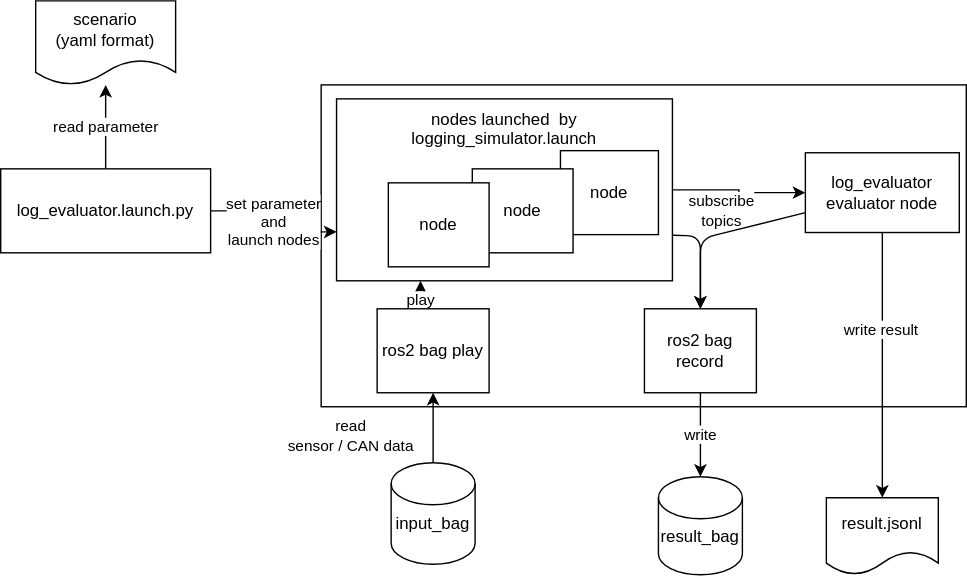
Earlier version of the draw.io export overview/images/overview.drawio.svg (iwatake2222/driving_log_replayer_v2). Source tidied: cells renumbered, new cells last; positions are measured from the earlier drawing's top-left corner, leaving out a move shared by most shapes.
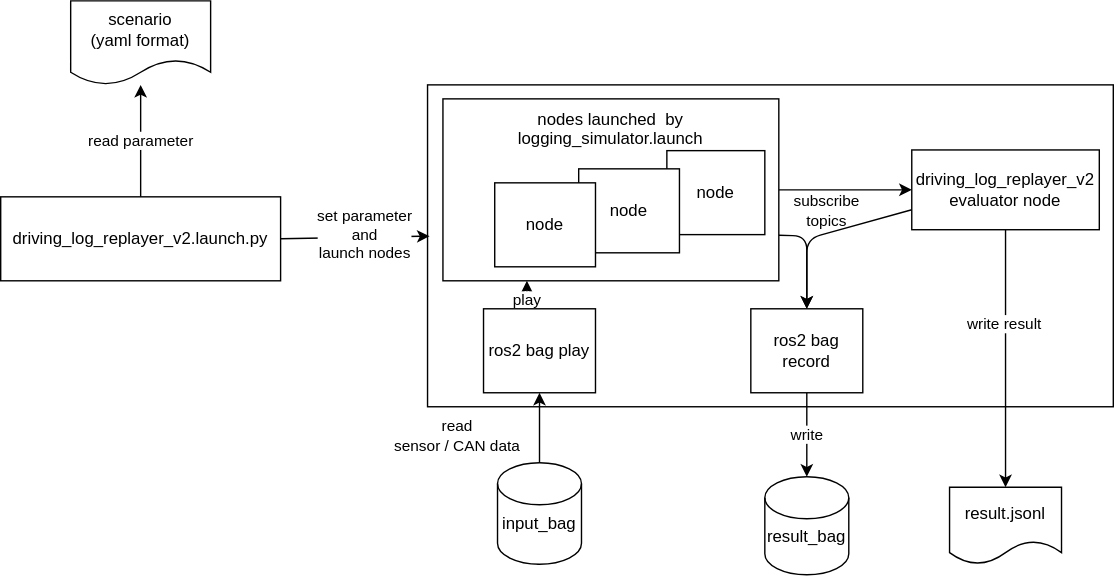
The same file after the commit.

Change to the diagram source:
```diff
@@ -3,7 +3,7 @@
     <mxCell id="0" />
     <mxCell id="1" parent="0" />
     <mxCell id="2" style="rounded=0;whiteSpace=wrap;html=1;" parent="1" vertex="1">
-      <mxGeometry x="229" y="60" width="461" height="230" as="geometry" />
+      <mxGeometry x="229" y="60" width="490" height="230" as="geometry" />
     </mxCell>
     <mxCell id="3" value="subscribe&lt;br&gt;topics" style="edgeStyle=orthogonalEdgeStyle;rounded=0;jettySize=auto;html=1;" parent="1" edge="1" source="5" target="23">
       <mxGeometry x="-0.28" y="-15" relative="1" as="geometry" />
@@ -21,16 +21,11 @@
     <mxCell id="6" value="node" style="rounded=0;whiteSpace=wrap;html=1;" parent="1" vertex="1">
       <mxGeometry x="400" y="107" width="70" height="60" as="geometry" />
     </mxCell>
-    <mxCell id="7" value="set parameter&lt;br&gt;and&lt;br&gt;launch nodes" style="edgeStyle=orthogonalEdgeStyle;rounded=0;jettySize=auto;html=1;exitX=1;exitY=0.5;exitDx=0;exitDy=0;" parent="1" edge="1" source="9">
-      <mxGeometry relative="1" as="geometry">
-        <mxPoint x="240" y="165" as="targetPoint" />
-      </mxGeometry>
-    </mxCell>
     <mxCell id="8" value="read parameter" style="edgeStyle=orthogonalEdgeStyle;rounded=0;jettySize=auto;html=1;" parent="1" edge="1" source="9" target="18">
       <mxGeometry relative="1" as="geometry" />
     </mxCell>
-    <mxCell id="9" value="log_evaluator.launch.py" style="rounded=0;whiteSpace=wrap;html=1;" parent="1" vertex="1">
-      <mxGeometry y="120" width="150" height="60" as="geometry" />
+    <mxCell id="9" value="driving_log_replayer_v2.launch.py" style="rounded=0;whiteSpace=wrap;html=1;" parent="1" vertex="1">
+      <mxGeometry x="-76" y="140" width="200" height="60" as="geometry" />
     </mxCell>
     <mxCell id="10" value="read&lt;br&gt;sensor / CAN data" style="edgeStyle=orthogonalEdgeStyle;rounded=0;jettySize=auto;html=1;exitX=0.5;exitY=1;exitDx=0;exitDy=0;startArrow=none;" parent="1" edge="1" source="25">
       <mxGeometry x="1" y="99" relative="1" as="geometry">
@@ -60,10 +55,10 @@
       <mxGeometry x="277" y="130" width="72" height="60" as="geometry" />
     </mxCell>
     <mxCell id="18" value="scenario&lt;br&gt;(yaml format)" style="shape=document;whiteSpace=wrap;html=1;boundedLbl=1;" parent="1" vertex="1">
-      <mxGeometry x="25" width="100" height="60" as="geometry" />
+      <mxGeometry x="-26" width="100" height="60" as="geometry" />
     </mxCell>
     <mxCell id="19" value="result.jsonl" style="shape=document;whiteSpace=wrap;html=1;boundedLbl=1;" parent="1" vertex="1">
-      <mxGeometry x="590" y="355" width="80" height="55" as="geometry" />
+      <mxGeometry x="602" y="347.5" width="80" height="55" as="geometry" />
     </mxCell>
     <mxCell id="20" style="edgeStyle=orthogonalEdgeStyle;rounded=0;jettySize=auto;html=1;" parent="1" edge="1" source="23" target="19">
       <mxGeometry relative="1" as="geometry" />
@@ -78,8 +73,8 @@
         </Array>
       </mxGeometry>
     </mxCell>
-    <mxCell id="23" value="log_evaluator&lt;br&gt;evaluator node" style="rounded=0;whiteSpace=wrap;html=1;" parent="1" vertex="1">
-      <mxGeometry x="575" y="108.5" width="110" height="57" as="geometry" />
+    <mxCell id="23" value="driving_log_replayer_v2&lt;br&gt;evaluator node" style="rounded=0;whiteSpace=wrap;html=1;" parent="1" vertex="1">
+      <mxGeometry x="575" y="106.5" width="134" height="57" as="geometry" />
     </mxCell>
     <mxCell id="24" style="edgeStyle=none;html=1;" parent="1" edge="1" source="25" target="12">
       <mxGeometry relative="1" as="geometry" />
@@ -87,5 +82,11 @@
     <mxCell id="25" value="&lt;br&gt;input_bag" style="shape=cylinder2;whiteSpace=wrap;html=1;boundedLbl=1;backgroundOutline=1;size=15;" parent="1" vertex="1">
       <mxGeometry x="279" y="330" width="60" height="72.5" as="geometry" />
     </mxCell>
+    <mxCell id="26" style="edgeStyle=none;html=1;exitX=1;exitY=0.5;exitDx=0;exitDy=0;entryX=0.003;entryY=0.47;entryDx=0;entryDy=0;entryPerimeter=0;" parent="1" edge="1" source="9" target="2">
+      <mxGeometry relative="1" as="geometry" />
+    </mxCell>
+    <mxCell id="7" value="set parameter&lt;br&gt;and&lt;br&gt;launch nodes" style="edgeLabel;html=1;align=center;verticalAlign=middle;" parent="26" vertex="1">
+      <mxGeometry x="0.12" y="2" relative="1" as="geometry" />
+    </mxCell>
   </root>
 </mxGraphModel>
```
